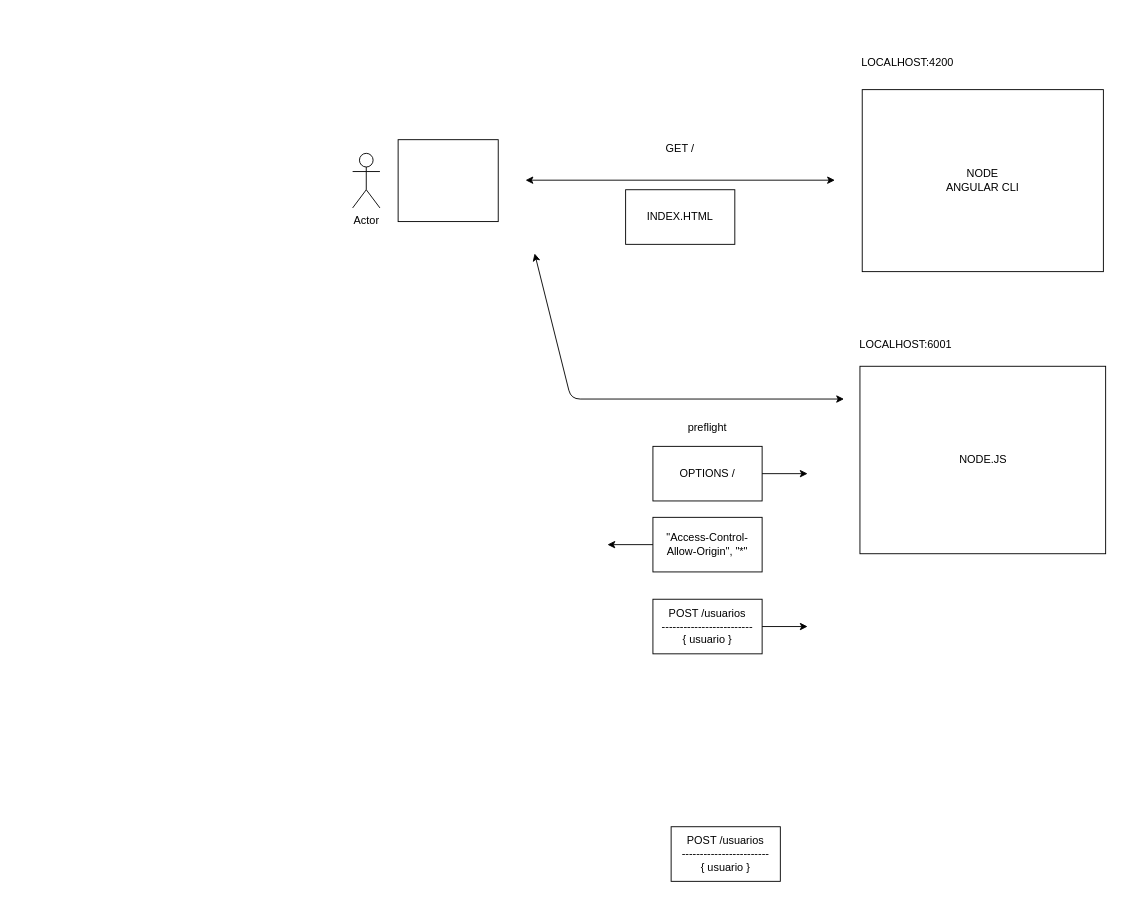
Above: page "51-CORS" (51 of 51) of Dibujillos.drawio in lrag/MEAN_2021 (draw.io), before the change. Source tidied: cells renumbered, new cells numbered last; positions are measured from the earlier drawing's top-left corner, leaving out a move shared by most shapes. Both pictures are drawn from the tidied source at 91%, with x=0, y=0 at pixel (352, 53).
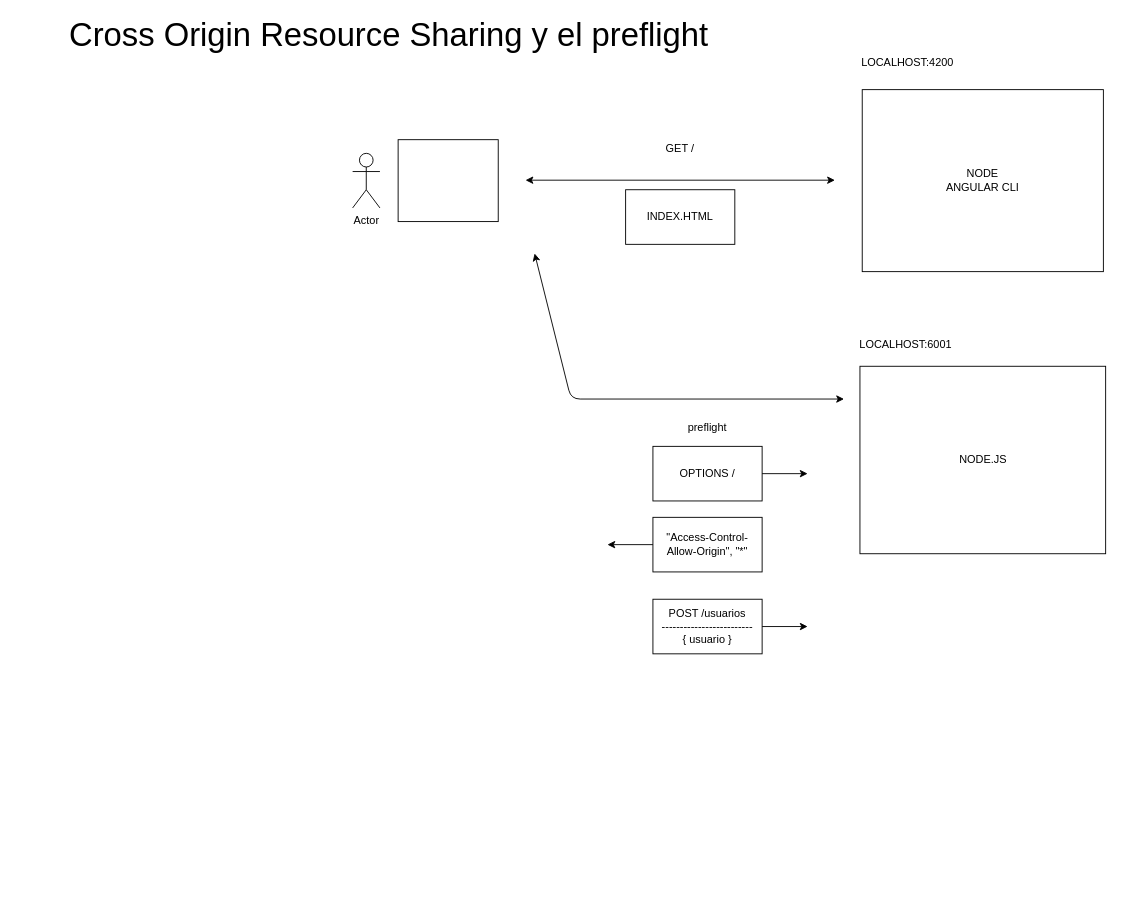
After the change.

Change to the diagram source:
```diff
@@
-    <mxCell id="12" value="POST /usuarios&lt;br&gt;------------------------&lt;br&gt;{ usuario }" style="rounded=0;whiteSpace=wrap;html=1;" parent="1" vertex="1">
-      <mxGeometry x="350" y="850" width="120" height="60" as="geometry" />
-    </mxCell>
@@
+    <mxCell id="20" value="&lt;font style=&quot;font-size: 36px&quot;&gt;Cross Origin Resource Sharing y el preflight&lt;/font&gt;" style="text;html=1;strokeColor=none;fillColor=none;align=center;verticalAlign=middle;whiteSpace=wrap;rounded=0;" parent="1" vertex="1">
+      <mxGeometry x="-370" y="-30" width="820" height="20" as="geometry" />
+    </mxCell>
```
